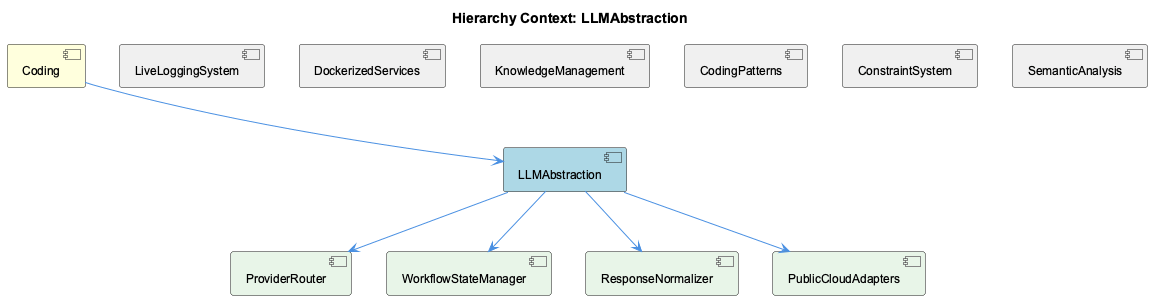
Above: knowledge-management/insights/images/llmabstraction-relationship.png in fwornle/coding (PlantUML), before the change.
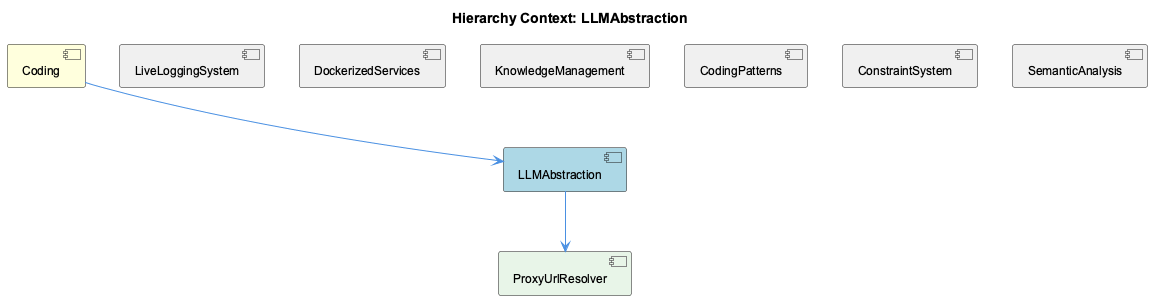
Above is the later version.

What changed in the source:
```diff
@@ -11,10 +11,7 @@
 [CodingPatterns] as coding_patterns #F0F0F0
 [ConstraintSystem] as constraint_system #F0F0F0
 [SemanticAnalysis] as semantic_analysis #F0F0F0
-[ProviderRouter] as provider_router #E8F5E8
-[WorkflowStateManager] as workflow_state_manager #E8F5E8
-[ResponseNormalizer] as response_normalizer #E8F5E8
-[PublicCloudAdapters] as public_cloud_adapters #E8F5E8
+[ProxyUrlResolver] as proxy_url_resolver #E8F5E8
 
 coding --> llmabstraction
 live_logging_system -[hidden]- llmabstraction
@@ -23,9 +20,6 @@
 coding_patterns -[hidden]- llmabstraction
 constraint_system -[hidden]- llmabstraction
 semantic_analysis -[hidden]- llmabstraction
-llmabstraction --> provider_router
-llmabstraction --> workflow_state_manager
-llmabstraction --> response_normalizer
-llmabstraction --> public_cloud_adapters
+llmabstraction --> proxy_url_resolver
 
 @enduml
```
